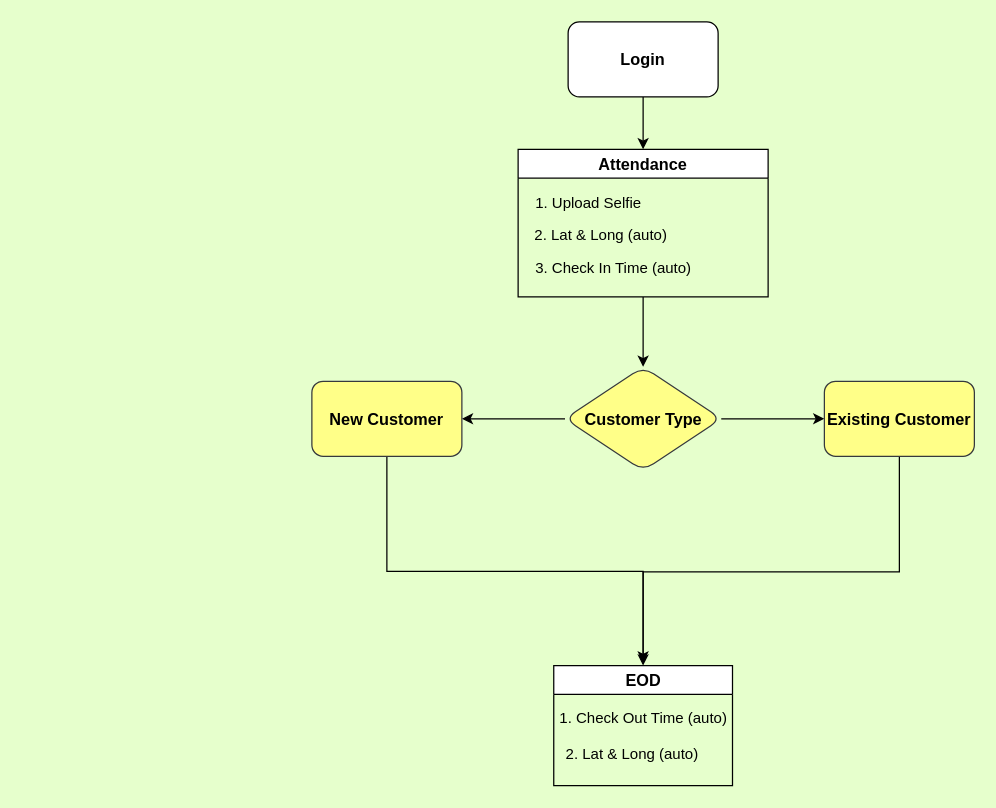
Above: page "Home page" (1 of 4) of customer visit workflow.drawio in SBOSE550/Customer-Visit-Data-Collection-Form (draw.io), before the change. Source tidied: cells renumbered, new cells numbered last; positions are measured from the earlier drawing's top-left corner, leaving out a move shared by most shapes. Both pictures are drawn from the tidied source at 125%, with x=0, y=0 at pixel (311, 21).
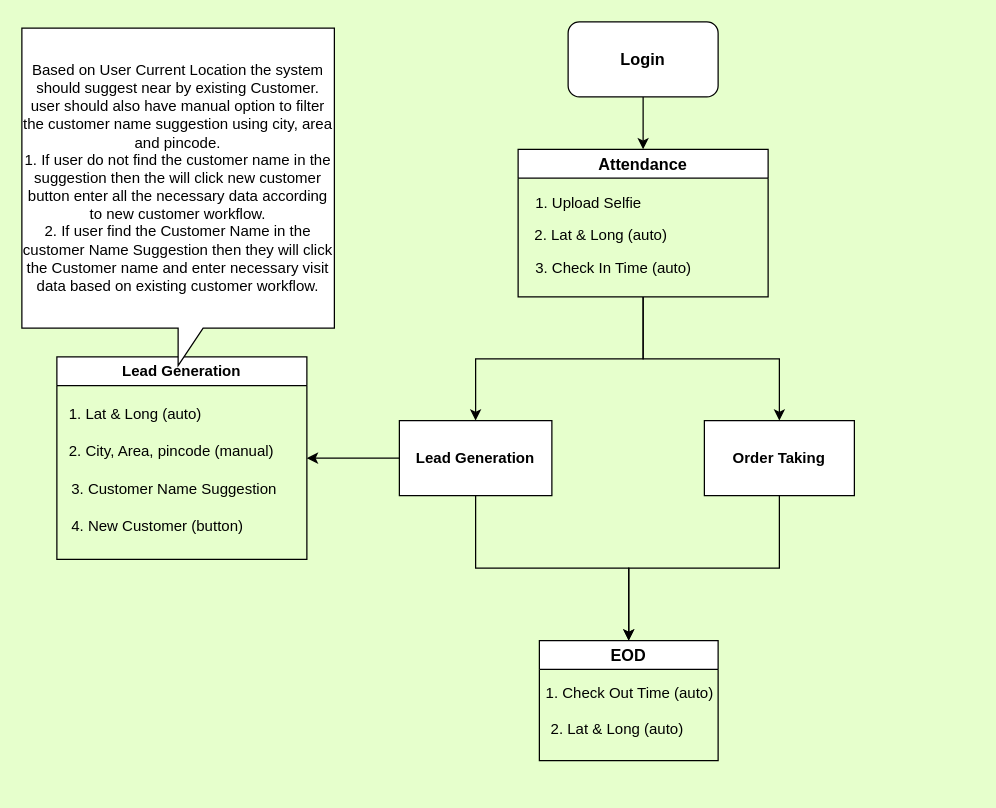
After the change.

Unchanged cells that the change refers to:
```xml
<mxCell id="8" value="&lt;span style=&quot;font-size: 13px;&quot;&gt;Attendance&lt;/span&gt;" style="swimlane;whiteSpace=wrap;html=1;" parent="1" vertex="1">
  <mxGeometry x="165" y="102" width="200" height="118" as="geometry" />
</mxCell>
```

Diff of the diagram source:
```diff
@@
-    <mxCell id="4" style="edgeStyle=orthogonalEdgeStyle;rounded=0;jettySize=auto;html=1;" parent="1" edge="1" source="6" target="13">
-      <mxGeometry relative="1" as="geometry" />
-    </mxCell>
-    <mxCell id="5" style="edgeStyle=orthogonalEdgeStyle;rounded=0;jettySize=auto;html=1;" parent="1" edge="1" source="6" target="15">
-      <mxGeometry relative="1" as="geometry" />
-    </mxCell>
-    <mxCell id="6" value="Customer Type" style="rhombus;whiteSpace=wrap;html=1;rounded=1;fontSize=13;fontStyle=1;fillColor=#ffff88;strokeColor=#36393d;" parent="1" vertex="1">
-      <mxGeometry x="202.5" y="276" width="125" height="83" as="geometry" />
-    </mxCell>
-    <mxCell id="7" style="edgeStyle=orthogonalEdgeStyle;rounded=0;jettySize=auto;html=1;entryX=0.5;entryY=0;entryDx=0;entryDy=0;" parent="1" edge="1" source="8" target="6">
-      <mxGeometry relative="1" as="geometry" />
-    </mxCell>
+    <mxCell id="19" style="edgeStyle=orthogonalEdgeStyle;rounded=0;jettySize=auto;html=1;" parent="1" edge="1" source="8" target="23">
+      <mxGeometry relative="1" as="geometry" />
+    </mxCell>
+    <mxCell id="20" style="edgeStyle=orthogonalEdgeStyle;rounded=0;jettySize=auto;html=1;" parent="1" edge="1" source="8" target="25">
+      <mxGeometry relative="1" as="geometry" />
+    </mxCell>
@@
-    <mxCell id="12" style="edgeStyle=orthogonalEdgeStyle;rounded=0;orthogonalLoop=1;jettySize=auto;html=1;entryX=0.5;entryY=0;entryDx=0;entryDy=0;" parent="1" edge="1">
-      <mxGeometry relative="1" as="geometry">
-        <mxPoint x="60" y="345" as="sourcePoint" />
-        <mxPoint x="265" y="512.5" as="targetPoint" />
-        <Array as="points">
-          <mxPoint x="60" y="439.5" />
-          <mxPoint x="265" y="439.5" />
-        </Array>
-      </mxGeometry>
-    </mxCell>
-    <mxCell id="13" value="New Customer" style="whiteSpace=wrap;html=1;fontSize=13;fillColor=#ffff88;strokeColor=#36393d;rounded=1;fontStyle=1;" parent="1" vertex="1">
-      <mxGeometry y="287.5" width="120" height="60" as="geometry" />
-    </mxCell>
-    <mxCell id="14" style="edgeStyle=orthogonalEdgeStyle;rounded=0;jettySize=auto;html=1;entryX=0.5;entryY=0;entryDx=0;entryDy=0;" parent="1" edge="1" source="15" target="16">
-      <mxGeometry relative="1" as="geometry">
-        <Array as="points">
-          <mxPoint x="470" y="440" />
-          <mxPoint x="265" y="440" />
-        </Array>
-      </mxGeometry>
-    </mxCell>
-    <mxCell id="15" value="Existing Customer" style="whiteSpace=wrap;html=1;fontSize=13;fillColor=#ffff88;strokeColor=#36393d;rounded=1;fontStyle=1;" parent="1" vertex="1">
-      <mxGeometry x="410" y="287.5" width="120" height="60" as="geometry" />
-    </mxCell>
     <mxCell id="16" value="&lt;span style=&quot;font-size: 13px;&quot;&gt;EOD&lt;/span&gt;" style="swimlane;whiteSpace=wrap;html=1;" parent="1" vertex="1">
-      <mxGeometry x="193.5" y="515" width="143" height="96" as="geometry" />
+      <mxGeometry x="182" y="495" width="143" height="96" as="geometry" />
     </mxCell>
@@
+    <mxCell id="21" style="edgeStyle=orthogonalEdgeStyle;rounded=0;jettySize=auto;html=1;" parent="1" edge="1" source="23" target="16">
+      <mxGeometry relative="1" as="geometry" />
+    </mxCell>
+    <mxCell id="22" style="edgeStyle=orthogonalEdgeStyle;rounded=0;jettySize=auto;html=1;entryX=1;entryY=0.5;entryDx=0;entryDy=0;" parent="1" edge="1" source="23" target="26">
+      <mxGeometry relative="1" as="geometry" />
+    </mxCell>
+    <mxCell id="23" value="Lead Generation" style="whiteSpace=wrap;html=1;fontStyle=1;startSize=23;" parent="1" vertex="1">
+      <mxGeometry x="70" y="319" width="122" height="60" as="geometry" />
+    </mxCell>
+    <mxCell id="24" style="edgeStyle=orthogonalEdgeStyle;rounded=0;jettySize=auto;html=1;" parent="1" edge="1" source="25" target="16">
+      <mxGeometry relative="1" as="geometry" />
+    </mxCell>
+    <mxCell id="25" value="Order Taking" style="whiteSpace=wrap;html=1;fontStyle=1;startSize=23;" parent="1" vertex="1">
+      <mxGeometry x="314" y="319" width="120" height="60" as="geometry" />
+    </mxCell>
+    <mxCell id="26" value="Lead Generation" style="swimlane;whiteSpace=wrap;html=1;" parent="1" vertex="1">
+      <mxGeometry x="-204" y="268" width="200" height="162" as="geometry" />
+    </mxCell>
+    <mxCell id="27" value="1. Lat &amp;amp; Long (auto)" style="text;strokeColor=none;fillColor=none;align=left;verticalAlign=middle;spacingLeft=4;spacingRight=4;overflow=hidden;whiteSpace=wrap;html=1;" parent="26" vertex="1">
+      <mxGeometry x="4" y="31" width="133" height="30" as="geometry" />
+    </mxCell>
+    <mxCell id="28" value="2. City, Area, pincode (manual)" style="text;strokeColor=none;fillColor=none;align=left;verticalAlign=middle;spacingLeft=4;spacingRight=4;overflow=hidden;whiteSpace=wrap;html=1;" parent="26" vertex="1">
+      <mxGeometry x="4" y="61" width="182" height="30" as="geometry" />
+    </mxCell>
+    <mxCell id="29" value="3. Customer Name Suggestion" style="text;strokeColor=none;fillColor=none;align=left;verticalAlign=middle;spacingLeft=4;spacingRight=4;overflow=hidden;whiteSpace=wrap;html=1;" parent="26" vertex="1">
+      <mxGeometry x="6" y="91" width="182" height="30" as="geometry" />
+    </mxCell>
+    <mxCell id="30" value="4. New Customer (button)" style="text;strokeColor=none;fillColor=none;align=left;verticalAlign=middle;spacingLeft=4;spacingRight=4;overflow=hidden;whiteSpace=wrap;html=1;" parent="26" vertex="1">
+      <mxGeometry x="6" y="121" width="182" height="30" as="geometry" />
+    </mxCell>
+    <mxCell id="31" value="Based on User Current Location the system should suggest near by existing Customer. user should also have manual option to filter the customer name suggestion using city, area and pincode. &lt;br&gt;1. If user do not find the customer name in the suggestion then the will click new customer button enter all the necessary data according to new customer workflow.&lt;div&gt;2. If user find the Customer Name in the customer Name Suggestion then they will click the Customer name and enter necessary visit data based on existing customer workflow.&lt;/div&gt;" style="shape=callout;whiteSpace=wrap;html=1;perimeter=calloutPerimeter;direction=east;" parent="1" vertex="1">
+      <mxGeometry x="-232" y="5" width="250" height="270" as="geometry" />
+    </mxCell>
```
